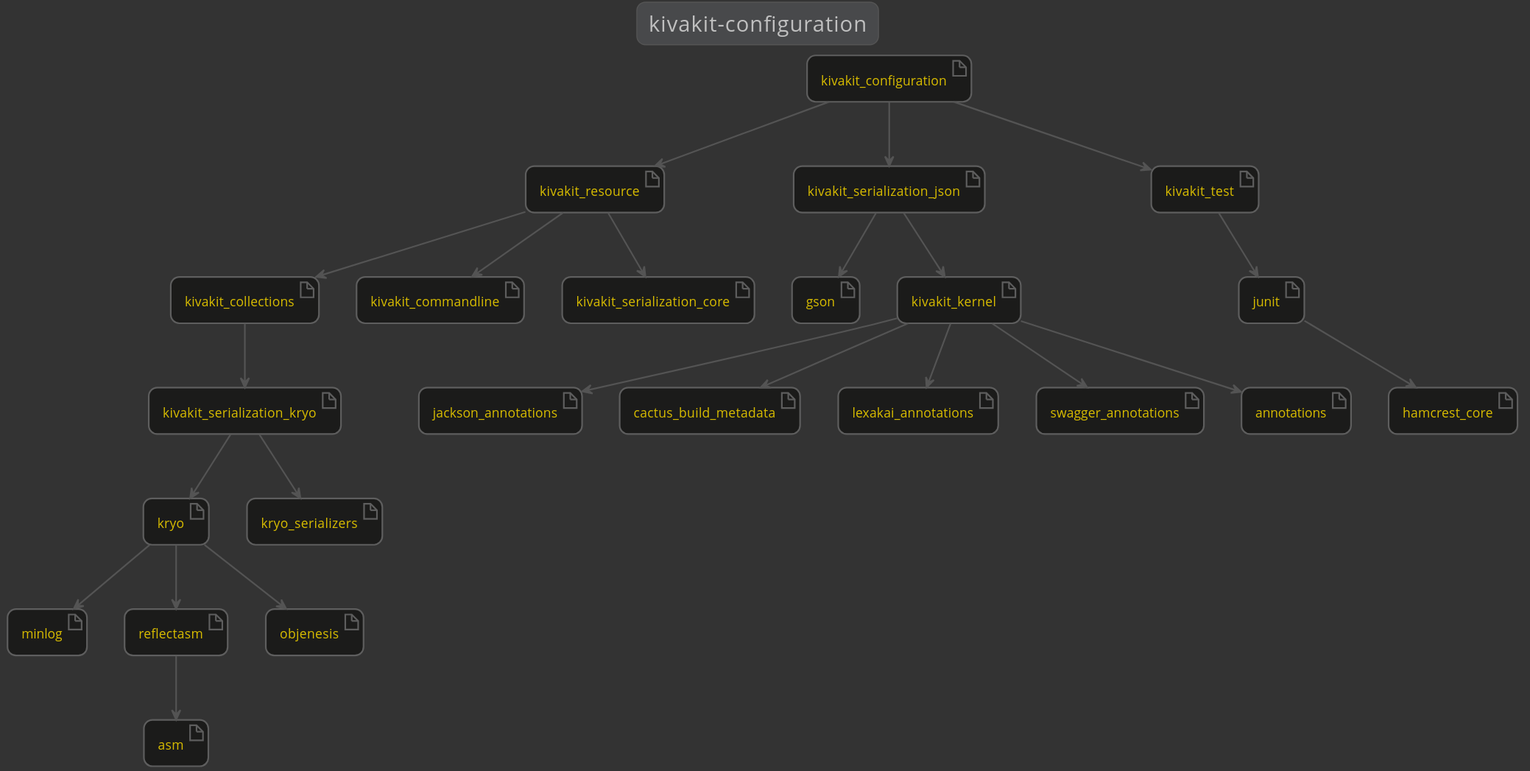
The PlantUML diagram documentation/lexakai/output/kivakit-configuration/documentation/diagrams/dependencies.svg in Telenav/cactus, before a commit. The source it was exported from:
```plantuml
@startuml

    !include lexakai.theme

    title "kivakit-configuration"

    artifact kryo
    artifact minlog
    artifact reflectasm
    artifact jackson_annotations
    artifact gson
    artifact cactus_build_metadata
    artifact kivakit_collections
    artifact kivakit_commandline
    artifact kivakit_configuration
    artifact kivakit_kernel
    artifact kivakit_resource
    artifact kivakit_serialization_core
    artifact kivakit_serialization_json
    artifact kivakit_serialization_kryo
    artifact kivakit_test
    artifact lexakai_annotations
    artifact kryo_serializers
    artifact swagger_annotations
    artifact junit
    artifact hamcrest_core
    artifact annotations
    artifact objenesis
    artifact asm
    junit --> hamcrest_core
    kivakit_collections --> kivakit_serialization_kryo
    kivakit_configuration --> kivakit_resource
    kivakit_configuration --> kivakit_serialization_json
    kivakit_configuration --> kivakit_test
    kivakit_kernel --> annotations
    kivakit_kernel --> cactus_build_metadata
    kivakit_kernel --> jackson_annotations
    kivakit_kernel --> lexakai_annotations
    kivakit_kernel --> swagger_annotations
    kivakit_resource --> kivakit_collections
    kivakit_resource --> kivakit_commandline
    kivakit_resource --> kivakit_serialization_core
    kivakit_serialization_json --> gson
    kivakit_serialization_json --> kivakit_kernel
    kivakit_serialization_kryo --> kryo
    kivakit_serialization_kryo --> kryo_serializers
    kivakit_test --> junit
    kryo --> minlog
    kryo --> objenesis
    kryo --> reflectasm
    reflectasm --> asm

@enduml
```
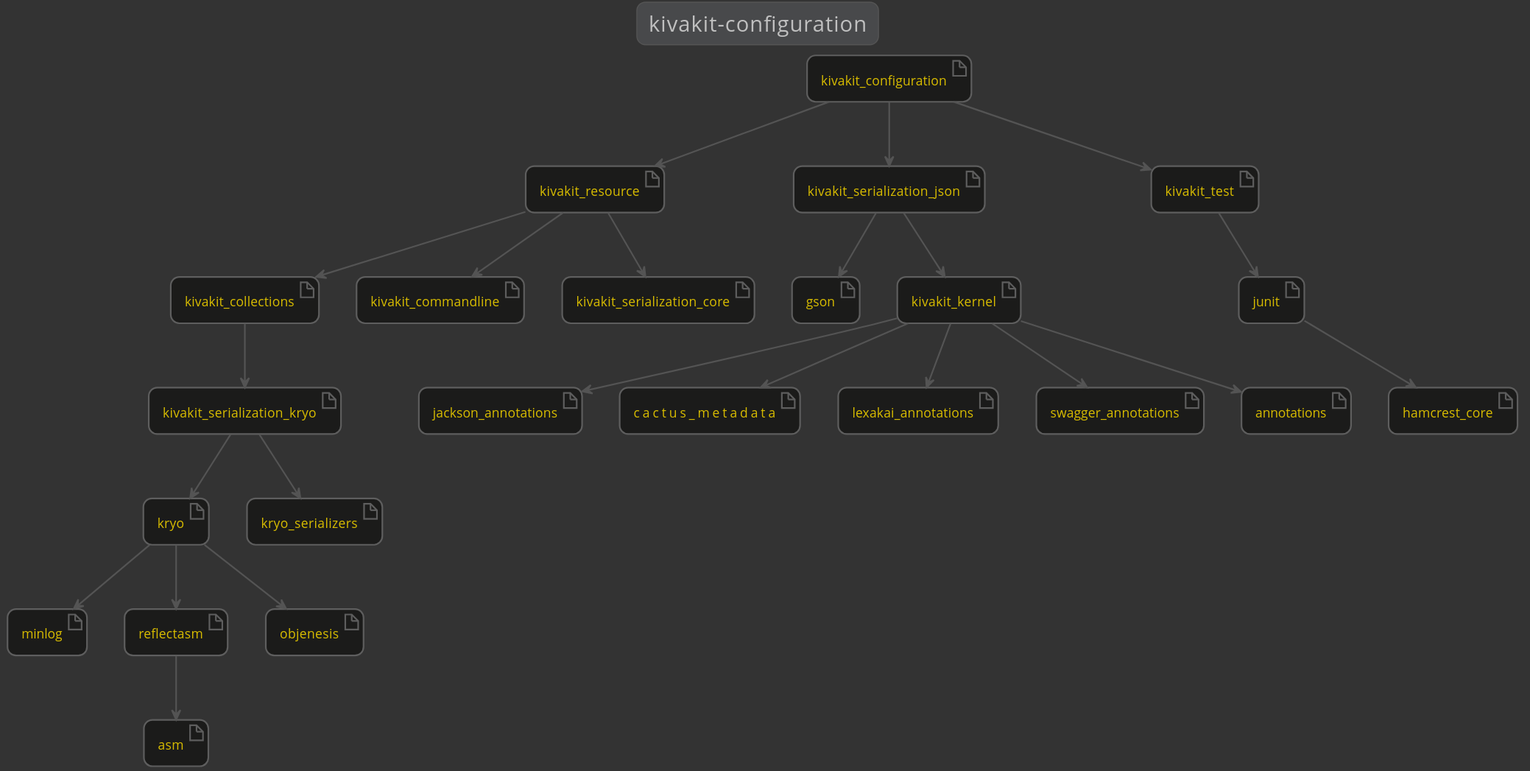
The same file after the commit.

Change to the diagram source:
```diff
@@ -9,7 +9,7 @@
     artifact reflectasm
     artifact jackson_annotations
     artifact gson
-    artifact cactus_build_metadata
+    artifact cactus_metadata
     artifact kivakit_collections
     artifact kivakit_commandline
     artifact kivakit_configuration
@@ -33,7 +33,7 @@
     kivakit_configuration --> kivakit_serialization_json
     kivakit_configuration --> kivakit_test
     kivakit_kernel --> annotations
-    kivakit_kernel --> cactus_build_metadata
+    kivakit_kernel --> cactus_metadata
     kivakit_kernel --> jackson_annotations
     kivakit_kernel --> lexakai_annotations
     kivakit_kernel --> swagger_annotations
```
